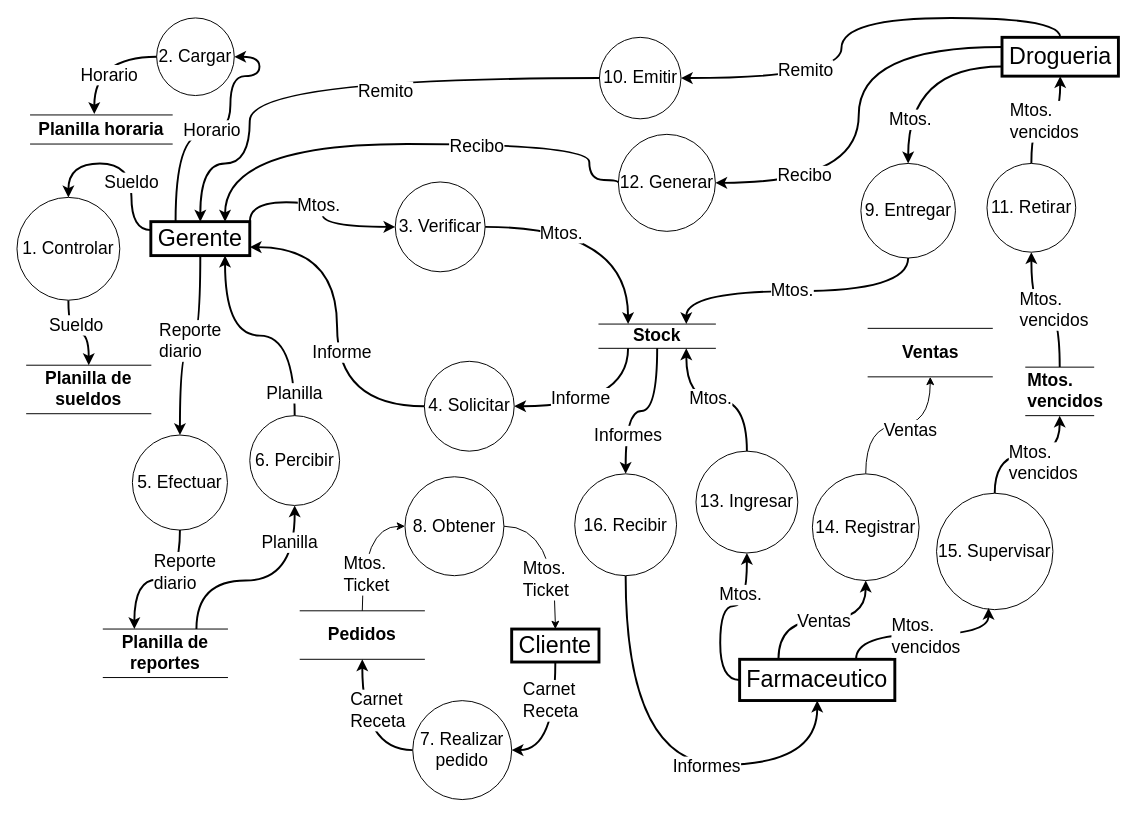
The draw.io diagram page "DFD_Farmacia" (1 of 2) of farmaciaAE.drawio in yon026/pruebagit, before the edit. Source tidied: cells renumbered, new cells numbered last; positions are measured from the earlier drawing's top-left corner, leaving out a move shared by most shapes. Both pictures are drawn from the tidied source at 97%, with x=0, y=0 at pixel (16, 17).
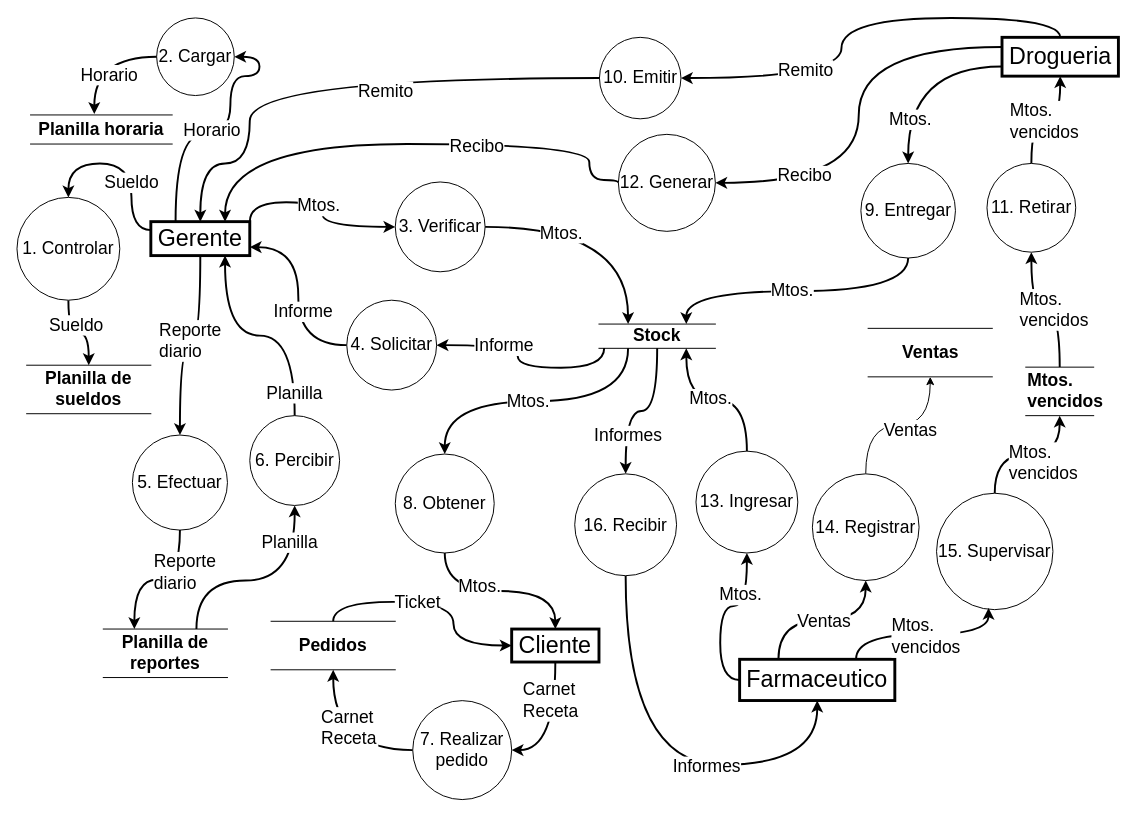
After the change.

Unchanged cells that the change refers to:
```xml
<mxCell id="54" value="&lt;font style=&quot;font-size: 24px;&quot;&gt;Cliente&lt;/font&gt;" style="rounded=0;whiteSpace=wrap;html=1;fontSize=24;strokeWidth=3;" parent="1" vertex="1">
  <mxGeometry x="510" y="630" width="90" height="34" as="geometry" />
</mxCell>
<mxCell id="80" value="&lt;b&gt;Stock&lt;/b&gt;" style="shape=partialRectangle;whiteSpace=wrap;html=1;left=0;right=0;fillColor=none;fontFamily=Helvetica;fontSize=18;fontColor=default;labelBackgroundColor=default;" parent="1" vertex="1">
  <mxGeometry x="600" y="315.6" width="120" height="25" as="geometry" />
</mxCell>
```

Change to the diagram source:
```diff
@@
-    <mxCell id="58" style="edgeStyle=orthogonalEdgeStyle;rounded=0;jettySize=auto;html=1;exitX=1;exitY=0.5;exitDx=0;exitDy=0;entryX=0.5;entryY=0;entryDx=0;entryDy=0;curved=1;" parent="1" edge="1" source="60" target="54">
+    <mxCell id="58" style="edgeStyle=orthogonalEdgeStyle;shape=connector;curved=1;rounded=0;jettySize=auto;html=1;exitX=0.5;exitY=1;exitDx=0;exitDy=0;entryX=0.5;entryY=0;entryDx=0;entryDy=0;strokeColor=default;strokeWidth=2;align=center;verticalAlign=middle;fontFamily=Helvetica;fontSize=11;fontColor=default;labelBackgroundColor=default;endArrow=classic;" parent="1" edge="1" source="60" target="54">
       <mxGeometry relative="1" as="geometry" />
     </mxCell>
-    <mxCell id="59" value="Mtos.&lt;div&gt;Ticket&lt;/div&gt;" style="edgeLabel;html=1;align=left;verticalAlign=middle;fontSize=18;" parent="58" vertex="1">
-      <mxGeometry x="0.35" y="-36" relative="1" as="geometry">
-        <mxPoint x="1" as="offset" />
-      </mxGeometry>
-    </mxCell>
+    <mxCell id="93" value="&lt;span style=&quot;font-size: 18px; text-align: left;&quot;&gt;Mtos.&lt;/span&gt;" style="edgeLabel;html=1;align=center;verticalAlign=middle;fontFamily=Helvetica;fontSize=11;fontColor=default;labelBackgroundColor=default;" parent="58" vertex="1">
+      <mxGeometry x="-0.22" y="5" relative="1" as="geometry" />
+    </mxCell>
     <mxCell id="60" value="8. Obtener" style="ellipse;whiteSpace=wrap;html=1;fontSize=18;" parent="1" vertex="1">
-      <mxGeometry x="400" y="473" width="102" height="102" as="geometry" />
+      <mxGeometry x="390" y="449.6" width="102" height="102" as="geometry" />
     </mxCell>
@@
-    <mxCell id="62" style="edgeStyle=orthogonalEdgeStyle;rounded=0;jettySize=auto;html=1;exitX=0.5;exitY=0;exitDx=0;exitDy=0;entryX=0;entryY=0.5;entryDx=0;entryDy=0;curved=1;" parent="1" edge="1" source="64" target="60">
-      <mxGeometry relative="1" as="geometry" />
-    </mxCell>
-    <mxCell id="63" value="Mtos.&lt;div style=&quot;font-size: 18px;&quot;&gt;Ticket&lt;/div&gt;" style="edgeLabel;html=1;align=left;verticalAlign=middle;fontSize=18;" parent="62" vertex="1">
-      <mxGeometry x="-0.05" y="-1" relative="1" as="geometry">
-        <mxPoint x="-22" y="24" as="offset" />
-      </mxGeometry>
-    </mxCell>
+    <mxCell id="94" style="edgeStyle=orthogonalEdgeStyle;shape=connector;curved=1;rounded=0;jettySize=auto;html=1;exitX=0.5;exitY=0;exitDx=0;exitDy=0;entryX=0;entryY=0.5;entryDx=0;entryDy=0;strokeColor=default;strokeWidth=2;align=center;verticalAlign=middle;fontFamily=Helvetica;fontSize=11;fontColor=default;labelBackgroundColor=default;endArrow=classic;" parent="1" edge="1" source="64" target="54">
+      <mxGeometry relative="1" as="geometry" />
+    </mxCell>
+    <mxCell id="95" value="&lt;div style=&quot;text-align: left;&quot;&gt;&lt;span style=&quot;font-size: 18px;&quot;&gt;Ticket&lt;/span&gt;&lt;/div&gt;" style="edgeLabel;html=1;align=center;verticalAlign=middle;fontFamily=Helvetica;fontSize=11;fontColor=default;labelBackgroundColor=default;" parent="94" vertex="1">
+      <mxGeometry x="-0.15" relative="1" as="geometry" />
+    </mxCell>
     <mxCell id="64" value="&lt;b&gt;Pedidos&lt;/b&gt;" style="shape=partialRectangle;whiteSpace=wrap;html=1;left=0;right=0;fillColor=none;fontFamily=Helvetica;fontSize=18;fontColor=default;labelBackgroundColor=default;" parent="1" vertex="1">
-      <mxGeometry x="292" y="611.2" width="128" height="50" as="geometry" />
+      <mxGeometry x="262" y="622" width="128" height="50" as="geometry" />
     </mxCell>
@@
-    <mxCell id="76" style="edgeStyle=orthogonalEdgeStyle;shape=connector;curved=1;rounded=0;jettySize=auto;html=1;exitX=0.25;exitY=1;exitDx=0;exitDy=0;entryX=1;entryY=0.5;entryDx=0;entryDy=0;strokeColor=default;strokeWidth=2;align=center;verticalAlign=middle;fontFamily=Helvetica;fontSize=11;fontColor=default;labelBackgroundColor=default;endArrow=classic;" parent="1" edge="1" source="80" target="85">
+    <mxCell id="76" style="edgeStyle=orthogonalEdgeStyle;shape=connector;curved=1;rounded=0;jettySize=auto;html=1;exitX=0.045;exitY=0.988;exitDx=0;exitDy=0;entryX=1;entryY=0.5;entryDx=0;entryDy=0;strokeColor=default;strokeWidth=2;align=center;verticalAlign=middle;fontFamily=Helvetica;fontSize=11;fontColor=default;labelBackgroundColor=default;endArrow=classic;exitPerimeter=0;" parent="1" edge="1" source="80" target="85">
       <mxGeometry relative="1" as="geometry" />
     </mxCell>
     <mxCell id="77" value="&lt;span style=&quot;font-size: 18px; text-align: left;&quot;&gt;Informe&lt;/span&gt;" style="edgeLabel;html=1;align=center;verticalAlign=middle;fontFamily=Helvetica;fontSize=11;fontColor=default;labelBackgroundColor=default;" parent="76" vertex="1">
-      <mxGeometry x="0.23" y="-9" relative="1" as="geometry" />
+      <mxGeometry x="0.23" y="-9" relative="1" as="geometry">
+        <mxPoint x="-15" y="9" as="offset" />
+      </mxGeometry>
     </mxCell>
@@
+    <mxCell id="96" style="edgeStyle=orthogonalEdgeStyle;shape=connector;curved=1;rounded=0;jettySize=auto;html=1;exitX=0.25;exitY=1;exitDx=0;exitDy=0;entryX=0.5;entryY=0;entryDx=0;entryDy=0;strokeColor=default;strokeWidth=2;align=center;verticalAlign=middle;fontFamily=Helvetica;fontSize=11;fontColor=default;labelBackgroundColor=default;endArrow=classic;" parent="1" edge="1" source="80" target="60">
+      <mxGeometry relative="1" as="geometry" />
+    </mxCell>
+    <mxCell id="97" value="&lt;span style=&quot;font-size: 18px; text-align: left;&quot;&gt;Mtos.&lt;/span&gt;" style="edgeLabel;html=1;align=center;verticalAlign=middle;fontFamily=Helvetica;fontSize=11;fontColor=default;labelBackgroundColor=default;" parent="96" vertex="1">
+      <mxGeometry x="0.06" relative="1" as="geometry" />
+    </mxCell>
@@
     <mxCell id="85" value="4. Solicitar" style="ellipse;whiteSpace=wrap;html=1;fontSize=18;" parent="1" vertex="1">
-      <mxGeometry x="420" y="354" width="92.6" height="92.6" as="geometry" />
+      <mxGeometry x="340" y="291" width="92.6" height="92.6" as="geometry" />
     </mxCell>
```
